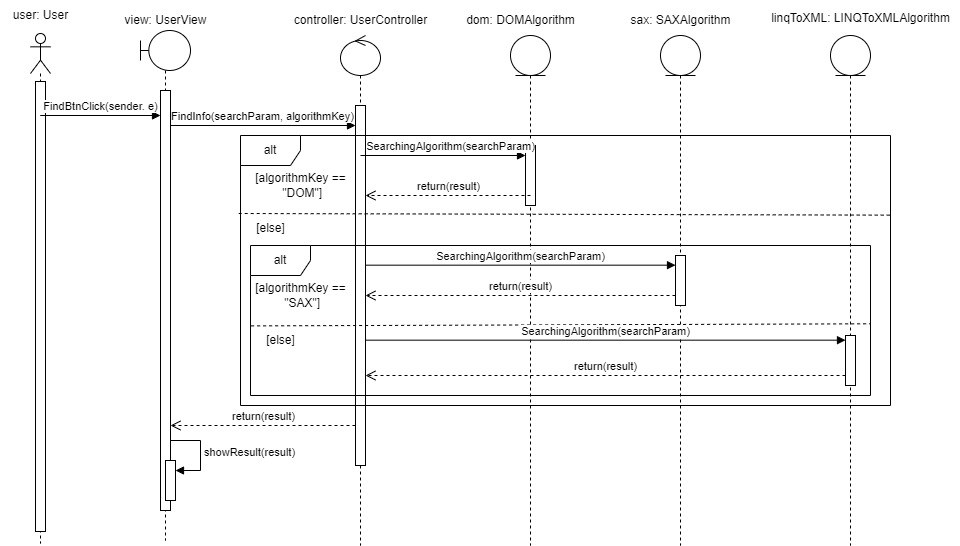
Above: Lab 2/Sequence.png in g-gi-g/Lab2 (draw.io), before the change. Source tidied: cells renumbered, new cells last; positions are measured from the earlier drawing's top-left corner, leaving out a move shared by most shapes.
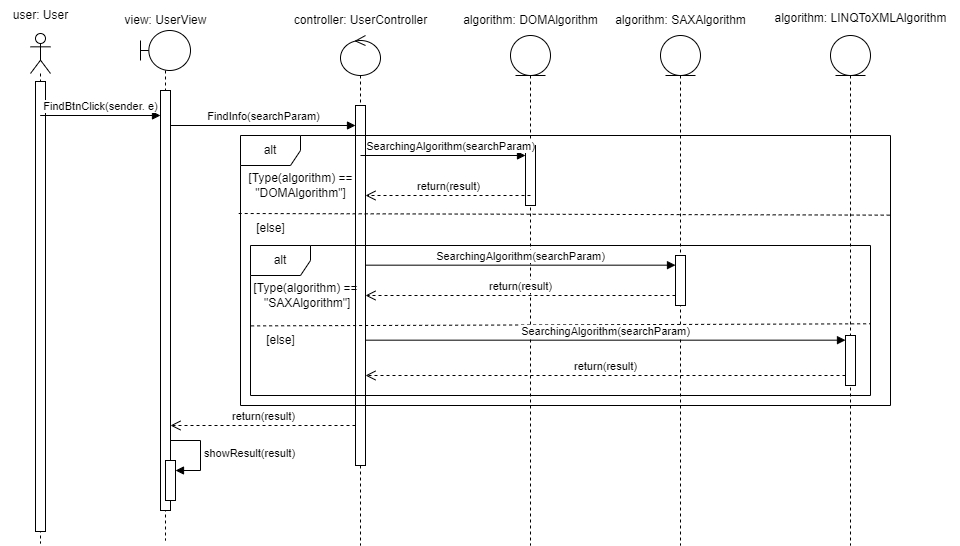
After the change.

Diff of the diagram source:
```diff
@@ -45,7 +45,7 @@
     <mxCell id="13" value="controller: UserController" style="text;html=1;align=center;verticalAlign=middle;strokeColor=none;fillColor=none;" parent="1" vertex="1">
       <mxGeometry x="280" y="5" width="160" height="30" as="geometry" />
     </mxCell>
-    <mxCell id="14" value="FindInfo(searchParam, algorithmKey)" style="html=1;verticalAlign=bottom;endArrow=block;curved=0;rounded=0;" parent="1" edge="1" source="6">
+    <mxCell id="14" value="FindInfo(searchParam)" style="html=1;verticalAlign=bottom;endArrow=block;curved=0;rounded=0;" parent="1" edge="1" source="6">
       <mxGeometry relative="1" as="geometry">
         <mxPoint x="355" y="125" as="targetPoint" />
       </mxGeometry>
@@ -76,11 +76,11 @@
         <mxPoint x="238.2" y="213" as="sourcePoint" />
       </mxGeometry>
     </mxCell>
-    <mxCell id="22" value="[algorithmKey ==&lt;br&gt;&amp;nbsp;&quot;DOM&quot;]" style="text;html=1;align=center;verticalAlign=middle;strokeColor=none;fillColor=none;" parent="1" vertex="1">
-      <mxGeometry x="245" y="165" width="110" height="40" as="geometry" />
+    <mxCell id="22" value="[Type(algorithm) ==&lt;br&gt;&quot;DOMAlgorithm&quot;]" style="text;html=1;align=center;verticalAlign=middle;strokeColor=none;fillColor=none;" parent="1" vertex="1">
+      <mxGeometry x="235" y="165" width="130" height="40" as="geometry" />
     </mxCell>
-    <mxCell id="23" value="dom: DOMAlgorithm" style="text;html=1;align=center;verticalAlign=middle;strokeColor=none;fillColor=none;" parent="1" vertex="1">
-      <mxGeometry x="455" y="5" width="130" height="30" as="geometry" />
+    <mxCell id="23" value="algorithm: DOMAlgorithm" style="text;html=1;align=center;verticalAlign=middle;strokeColor=none;fillColor=none;" parent="1" vertex="1">
+      <mxGeometry x="450" y="5" width="160" height="30" as="geometry" />
     </mxCell>
     <mxCell id="24" value="SearchingAlgorithm(searchParam)" style="html=1;verticalAlign=bottom;endArrow=block;curved=0;rounded=0;" parent="1" edge="1" target="17">
       <mxGeometry x="0.09" relative="1" as="geometry">
@@ -101,8 +101,8 @@
     <mxCell id="28" style="html=1;perimeter=orthogonalPerimeter;targetShapes=umlLifeline;newEdgeStyle={&quot;curved&quot;:0,&quot;rounded&quot;:0};" parent="1" vertex="1">
       <mxGeometry x="675" y="255" width="10" height="50" as="geometry" />
     </mxCell>
-    <mxCell id="29" value="[algorithmKey ==&lt;br style=&quot;border-color: var(--border-color);&quot;&gt;&amp;nbsp;&quot;SAX&quot;]" style="text;html=1;align=center;verticalAlign=middle;strokeColor=none;fillColor=none;" parent="1" vertex="1">
-      <mxGeometry x="245" y="275" width="110" height="40" as="geometry" />
+    <mxCell id="29" value="[Type(algorithm)&amp;nbsp;==&lt;br style=&quot;border-color: var(--border-color);&quot;&gt;&amp;nbsp;&quot;SAXAlgorithm&quot;]" style="text;html=1;align=center;verticalAlign=middle;strokeColor=none;fillColor=none;" parent="1" vertex="1">
+      <mxGeometry x="240" y="275" width="130" height="40" as="geometry" />
     </mxCell>
     <mxCell id="30" style="endArrow=none;dashed=1;html=1;rounded=0;exitX=0.001;exitY=0.536;exitDx=0;exitDy=0;exitPerimeter=0;entryX=1;entryY=0.522;entryDx=0;entryDy=0;entryPerimeter=0;" parent="1" edge="1" source="27" target="27">
       <mxGeometry relative="1" as="geometry" />
@@ -119,10 +119,10 @@
         <mxPoint x="365" y="295" as="targetPoint" />
       </mxGeometry>
     </mxCell>
-    <mxCell id="33" value="sax: SAXAlgorithm" style="text;html=1;align=center;verticalAlign=middle;strokeColor=none;fillColor=none;" parent="1" vertex="1">
-      <mxGeometry x="620" y="5" width="120" height="30" as="geometry" />
+    <mxCell id="33" value="algorithm: SAXAlgorithm" style="text;html=1;align=center;verticalAlign=middle;strokeColor=none;fillColor=none;" parent="1" vertex="1">
+      <mxGeometry x="605" y="5" width="150" height="30" as="geometry" />
     </mxCell>
-    <mxCell id="34" value="linqToXML: LINQToXMLAlgorithm" style="text;html=1;align=center;verticalAlign=middle;strokeColor=none;fillColor=none;" parent="1" vertex="1">
+    <mxCell id="34" value="algorithm: LINQToXMLAlgorithm" style="text;html=1;align=center;verticalAlign=middle;strokeColor=none;fillColor=none;" parent="1" vertex="1">
       <mxGeometry x="760" y="3" width="200" height="30" as="geometry" />
     </mxCell>
     <mxCell id="35" style="html=1;perimeter=orthogonalPerimeter;targetShapes=umlLifeline;newEdgeStyle={&quot;curved&quot;:0,&quot;rounded&quot;:0};" parent="1" vertex="1">
```
